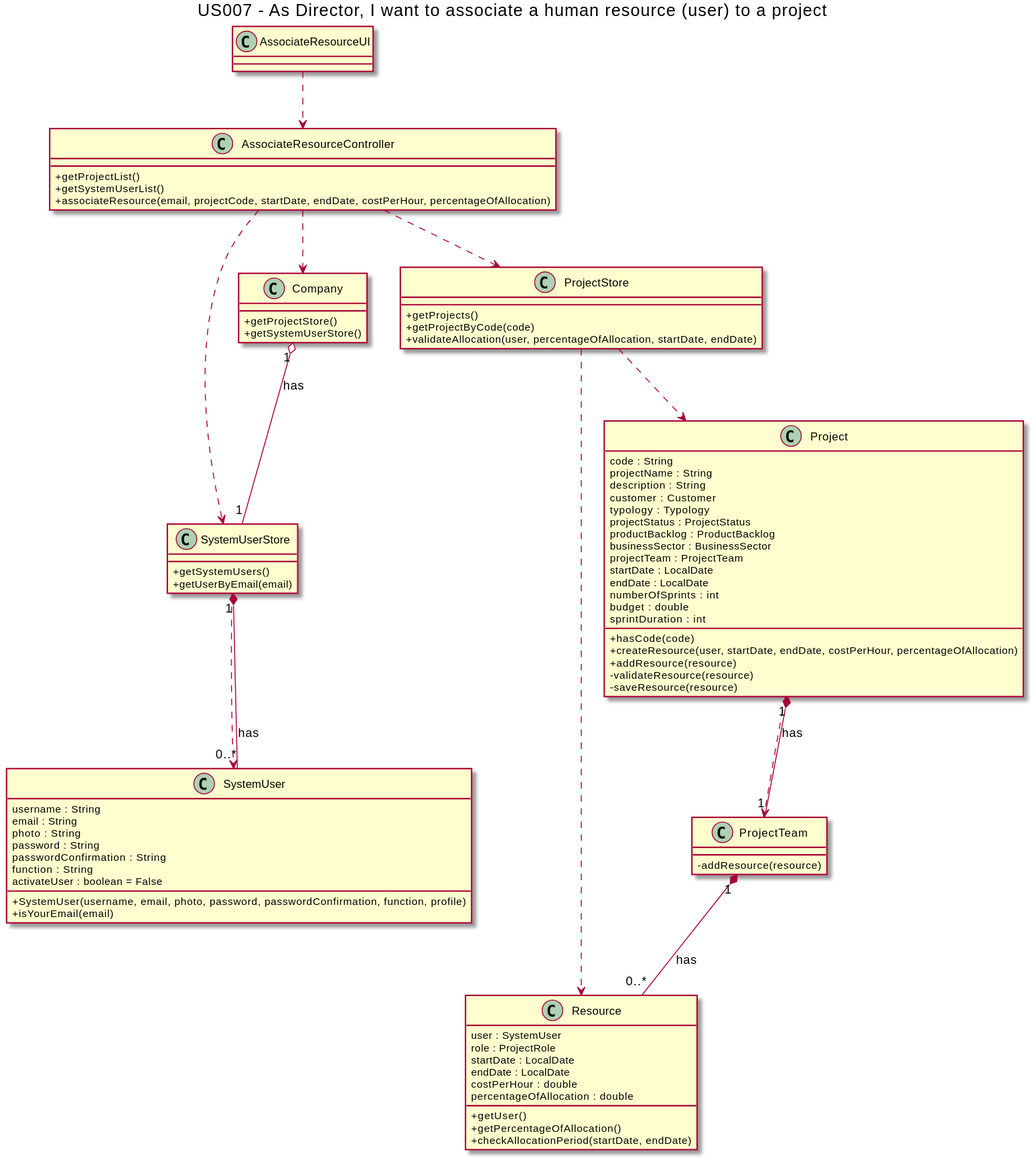
Above: docs/Sprint1/US007/US007-CD.svg in nunogon1211787/projectManagement (PlantUML), before the change.
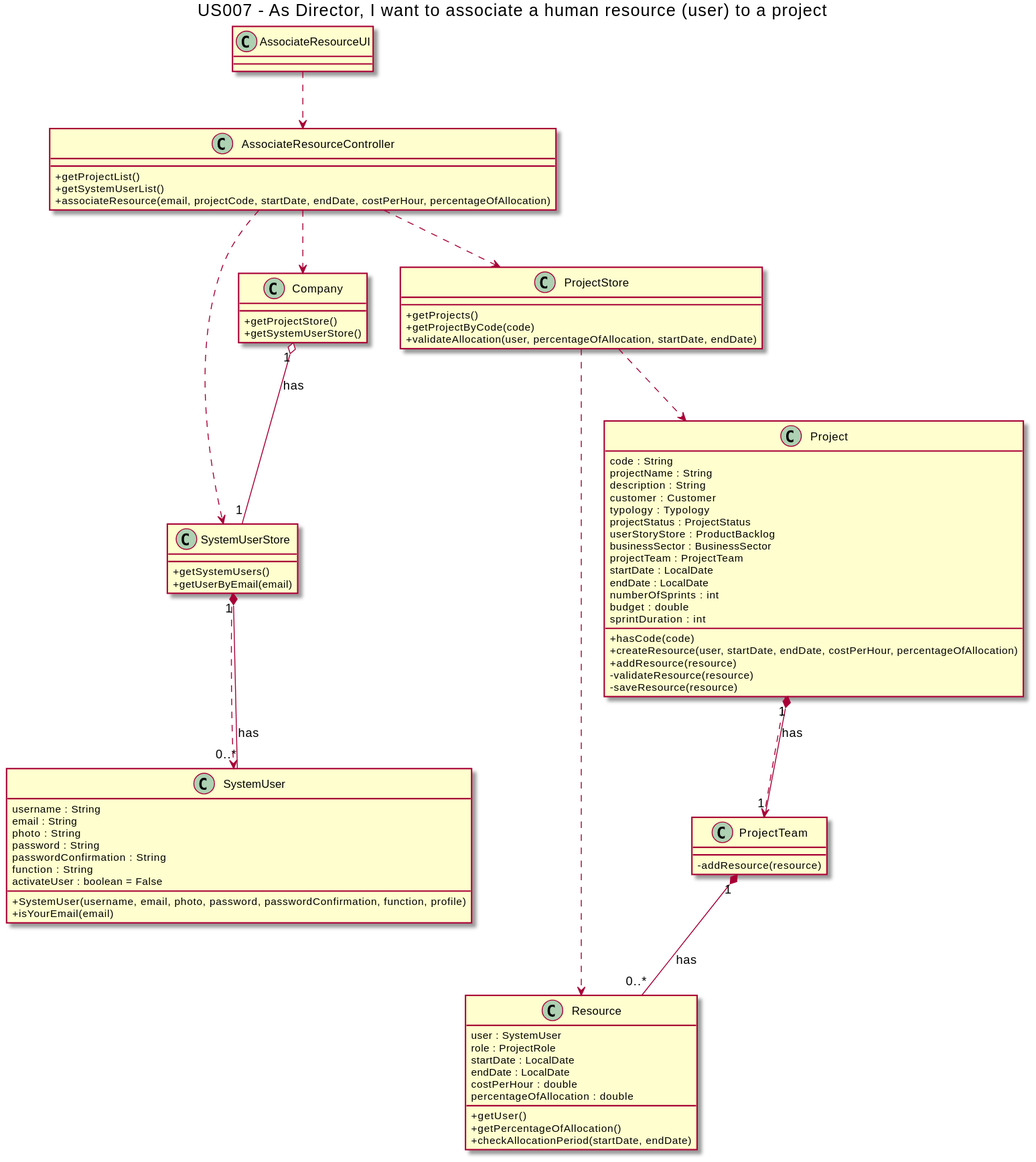
After the change.

Diff of the diagram source:
```diff
@@ -31,7 +31,7 @@
 customer : Customer
 typology : Typology
 projectStatus : ProjectStatus
-productBacklog : ProductBacklog
+userStoryStore : ProductBacklog
 businessSector : BusinessSector
 projectTeam : ProjectTeam
 startDate : LocalDate
```
